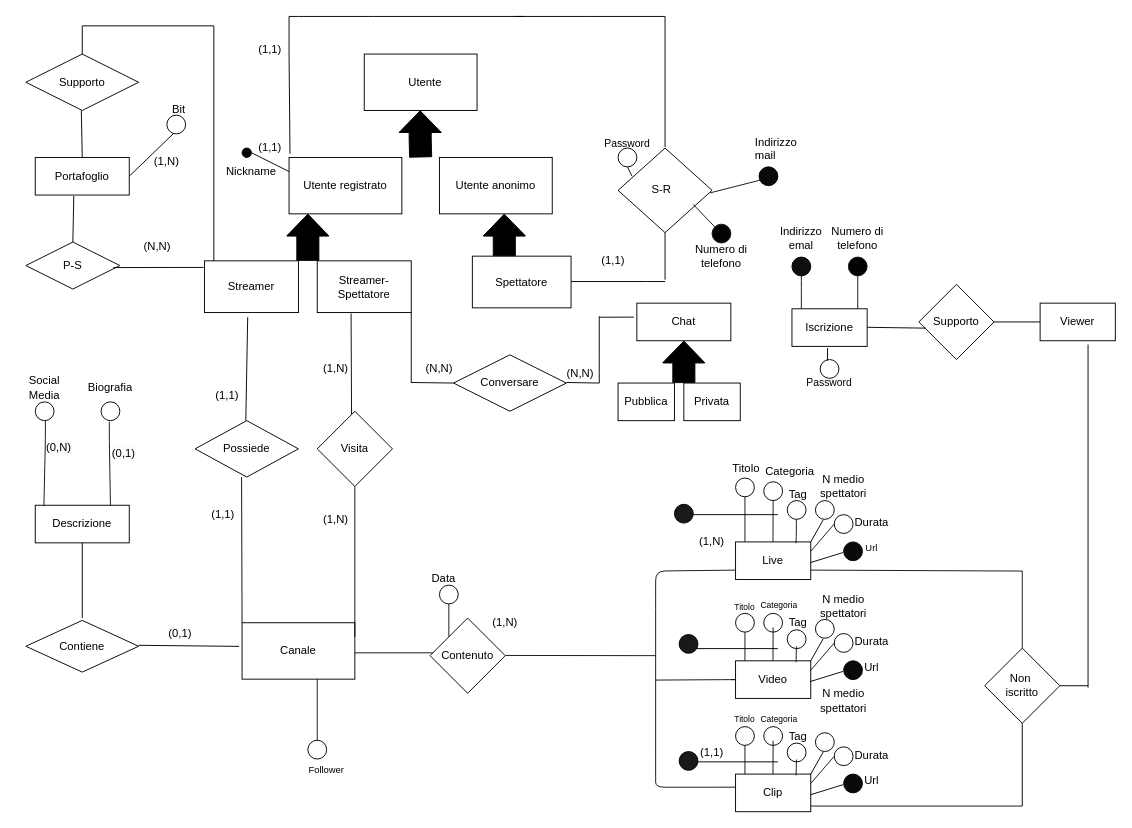
Above: e-r_revised_hypothesis.drawio in Popper002/Streaming-Service-Db-project-unito (draw.io), before the change. Source tidied: cells renumbered, new cells numbered last; positions are measured from the earlier drawing's top-left corner, leaving out a move shared by most shapes. Both pictures are drawn from the tidied source at 94%, with x=0, y=0 at pixel (16, 16).
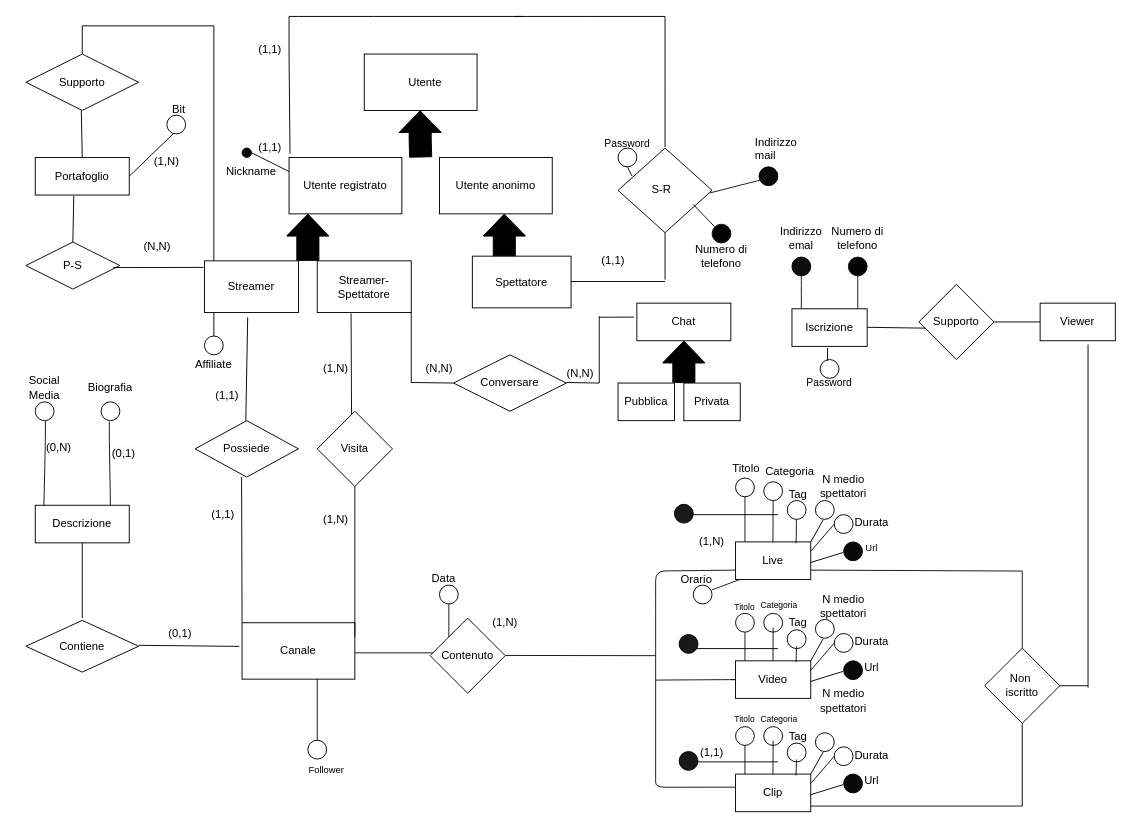
The same diagram, later.

Change to the diagram source:
```diff
@@
+    <mxCell id="190" style="endArrow=none;html=1;rounded=0;" parent="1" edge="1">
+      <mxGeometry relative="1" as="geometry">
+        <mxPoint x="210" y="340" as="sourcePoint" />
+        <mxPoint x="210" y="315" as="targetPoint" />
+      </mxGeometry>
+    </mxCell>
+    <mxCell id="191" style="ellipse;whiteSpace=wrap;html=1;fillColor=default;strokeColor=#000000;" parent="1" vertex="1">
+      <mxGeometry x="200" y="340" width="20" height="20" as="geometry" />
+    </mxCell>
+    <mxCell id="192" value="Affiliate" style="text;html=1;strokeColor=none;fillColor=none;align=center;verticalAlign=middle;whiteSpace=wrap;rounded=0;" parent="1" vertex="1">
+      <mxGeometry x="180" y="355" width="60" height="30" as="geometry" />
+    </mxCell>
+    <mxCell id="193" style="endArrow=none;html=1;fontColor=default;labelBackgroundColor=default;strokeColor=#121212;strokeWidth=1;entryX=0.5;entryY=1;entryDx=0;entryDy=0;" parent="1" edge="1">
+      <mxGeometry relative="1" as="geometry">
+        <mxPoint x="740" y="610" as="sourcePoint" />
+        <mxPoint x="769.5" y="599" as="targetPoint" />
+      </mxGeometry>
+    </mxCell>
+    <mxCell id="194" style="ellipse;whiteSpace=wrap;html=1;fillColor=none;strokeColor=#000000;" parent="1" vertex="1">
+      <mxGeometry x="720" y="605" width="20" height="20" as="geometry" />
+    </mxCell>
+    <mxCell id="195" value="&lt;font color=&quot;#000000&quot;&gt;Orario&lt;br&gt;&lt;/font&gt;" style="text;html=1;strokeColor=none;fillColor=none;align=left;verticalAlign=middle;whiteSpace=wrap;rounded=0;" parent="1" vertex="1">
+      <mxGeometry x="705" y="588.5" width="30" height="20" as="geometry" />
+    </mxCell>
```
